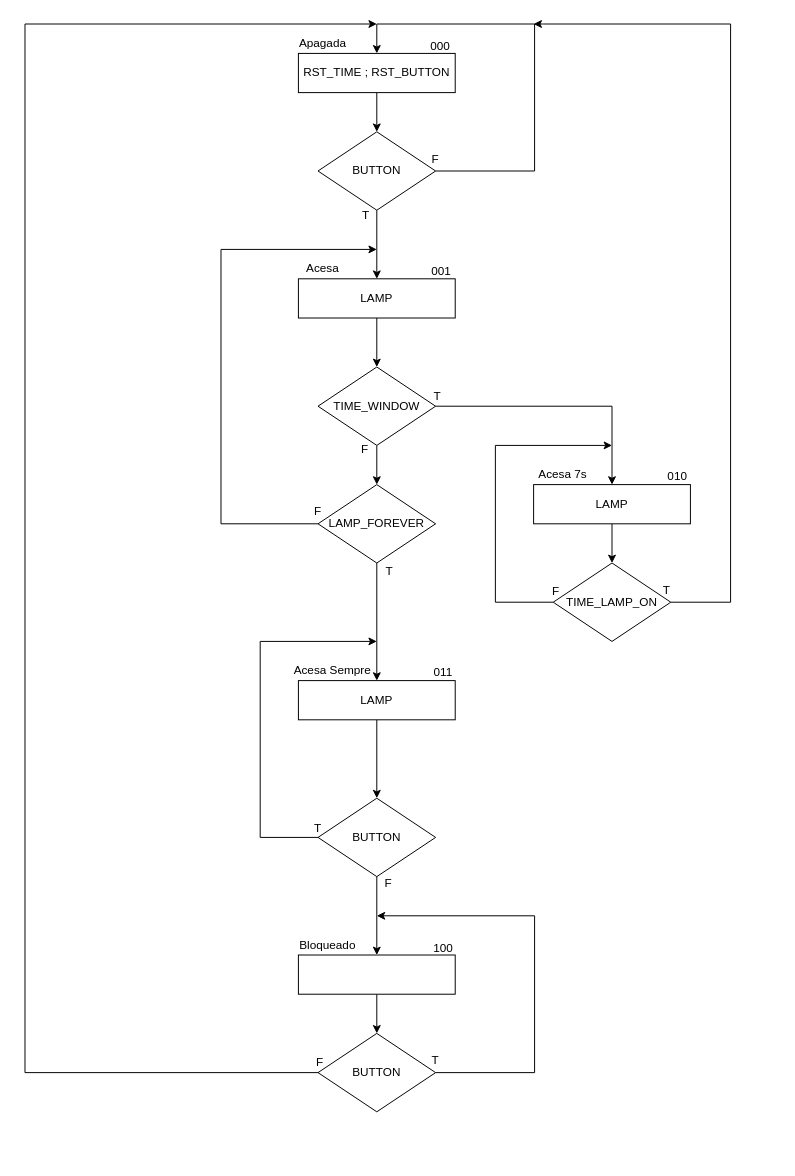
The draw.io diagram trab3/LEETC_LSD_Trabalho_3_2023_24-ASM.drawio in rodrigoroussado/lsd, before the edit. Source tidied: cells renumbered, new cells numbered last; positions are measured from the earlier drawing's top-left corner, leaving out a move shared by most shapes. Both pictures are drawn from the tidied source at 98%, with x=0, y=0 at pixel (24, 24).
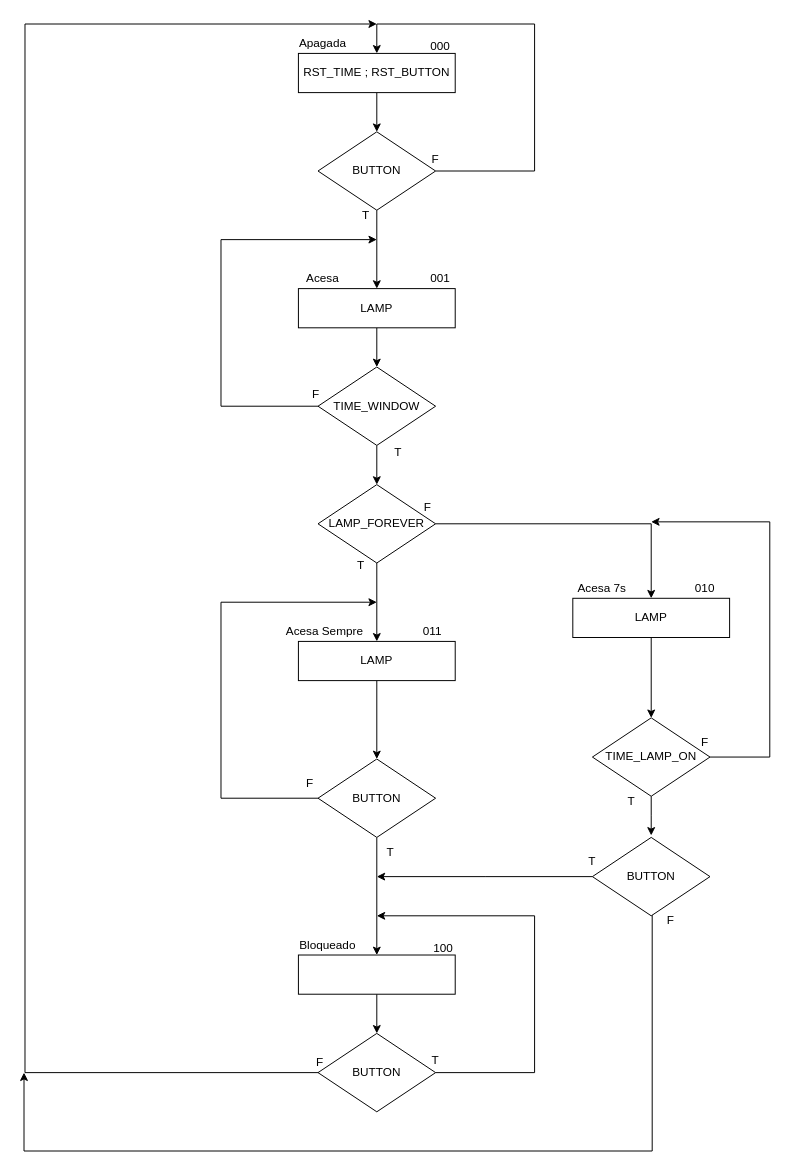
The same diagram, later.

The change refers to these unchanged cells:
```xml
<mxCell id="11" value="TIME_WINDOW" style="rhombus;whiteSpace=wrap;html=1;" parent="1" vertex="1">
  <mxGeometry x="299" y="350" width="120" height="80" as="geometry" />
</mxCell>
<mxCell id="14" value="LAMP_FOREVER" style="rhombus;whiteSpace=wrap;html=1;" parent="1" vertex="1">
  <mxGeometry x="299" y="470" width="120" height="80" as="geometry" />
</mxCell>
```

The edit, as a diff of the source:
```diff
@@
     <mxCell id="8" value="LAMP" style="rounded=0;whiteSpace=wrap;html=1;" parent="1" vertex="1">
-      <mxGeometry x="279" y="260" width="160" height="40" as="geometry" />
+      <mxGeometry x="279" y="270" width="160" height="40" as="geometry" />
     </mxCell>
-    <mxCell id="9" style="edgeStyle=orthogonalEdgeStyle;rounded=0;jettySize=auto;html=1;exitX=1;exitY=0.5;exitDx=0;exitDy=0;entryX=0.5;entryY=0;entryDx=0;entryDy=0;" parent="1" edge="1" source="11" target="21">
-      <mxGeometry relative="1" as="geometry" />
-    </mxCell>
+    <mxCell id="52" style="edgeStyle=orthogonalEdgeStyle;rounded=0;jettySize=auto;html=1;exitX=0;exitY=0.5;exitDx=0;exitDy=0;" parent="1" edge="1" source="11">
+      <mxGeometry relative="1" as="geometry">
+        <mxPoint x="359" y="220" as="targetPoint" />
+        <Array as="points">
+          <mxPoint x="200" y="390" />
+        </Array>
+      </mxGeometry>
+    </mxCell>
@@
-    <mxCell id="13" style="edgeStyle=orthogonalEdgeStyle;rounded=0;jettySize=auto;html=1;" parent="1" edge="1" source="14">
-      <mxGeometry relative="1" as="geometry">
-        <mxPoint x="359" y="230" as="targetPoint" />
-        <Array as="points">
-          <mxPoint x="200" y="510" />
-        </Array>
-      </mxGeometry>
-    </mxCell>
+    <mxCell id="53" style="edgeStyle=orthogonalEdgeStyle;rounded=0;jettySize=auto;html=1;exitX=1;exitY=0.5;exitDx=0;exitDy=0;entryX=0.5;entryY=0;entryDx=0;entryDy=0;" parent="1" edge="1" source="14" target="21">
+      <mxGeometry relative="1" as="geometry" />
+    </mxCell>
@@
     <mxCell id="16" value="LAMP" style="rounded=0;whiteSpace=wrap;html=1;" parent="1" vertex="1">
-      <mxGeometry x="279" y="670" width="160" height="40" as="geometry" />
+      <mxGeometry x="279" y="630" width="160" height="40" as="geometry" />
     </mxCell>
-    <mxCell id="17" style="edgeStyle=orthogonalEdgeStyle;rounded=0;jettySize=auto;html=1;exitX=0;exitY=0.5;exitDx=0;exitDy=0;" parent="1" edge="1" source="19">
-      <mxGeometry relative="1" as="geometry">
-        <mxPoint x="359" y="630" as="targetPoint" />
-        <Array as="points">
-          <mxPoint x="240" y="830" />
-          <mxPoint x="240" y="630" />
-        </Array>
-      </mxGeometry>
-    </mxCell>
@@
+    <mxCell id="54" style="edgeStyle=orthogonalEdgeStyle;rounded=0;jettySize=auto;html=1;exitX=0;exitY=0.5;exitDx=0;exitDy=0;" parent="1" edge="1" source="19">
+      <mxGeometry relative="1" as="geometry">
+        <mxPoint x="359" y="590" as="targetPoint" />
+        <Array as="points">
+          <mxPoint x="200" y="790" />
+        </Array>
+      </mxGeometry>
+    </mxCell>
     <mxCell id="19" value="BUTTON" style="rhombus;whiteSpace=wrap;html=1;" parent="1" vertex="1">
-      <mxGeometry x="299" y="790" width="120" height="80" as="geometry" />
+      <mxGeometry x="299" y="750" width="120" height="80" as="geometry" />
     </mxCell>
-    <mxCell id="20" style="edgeStyle=orthogonalEdgeStyle;rounded=0;jettySize=auto;html=1;" parent="1" edge="1" source="21" target="24">
+    <mxCell id="20" style="edgeStyle=orthogonalEdgeStyle;rounded=0;jettySize=auto;html=1;exitX=0.5;exitY=1;exitDx=0;exitDy=0;" parent="1" edge="1" source="21" target="24">
       <mxGeometry relative="1" as="geometry" />
     </mxCell>
     <mxCell id="21" value="LAMP" style="rounded=0;whiteSpace=wrap;html=1;" parent="1" vertex="1">
-      <mxGeometry x="519" y="470" width="160" height="40" as="geometry" />
+      <mxGeometry x="559" y="586" width="160" height="40" as="geometry" />
     </mxCell>
-    <mxCell id="22" style="edgeStyle=orthogonalEdgeStyle;rounded=0;jettySize=auto;html=1;" parent="1" edge="1" source="24">
-      <mxGeometry relative="1" as="geometry">
-        <mxPoint x="599" y="430" as="targetPoint" />
-        <Array as="points">
-          <mxPoint x="480" y="590" />
-          <mxPoint x="480" y="430" />
-          <mxPoint x="599" y="430" />
-        </Array>
-      </mxGeometry>
-    </mxCell>
-    <mxCell id="23" style="edgeStyle=orthogonalEdgeStyle;rounded=0;jettySize=auto;html=1;" parent="1" edge="1" source="24">
-      <mxGeometry relative="1" as="geometry">
-        <mxPoint x="519" as="targetPoint" />
-        <Array as="points">
-          <mxPoint x="720" y="590" />
-          <mxPoint x="720" />
-          <mxPoint x="529" />
-        </Array>
-      </mxGeometry>
-    </mxCell>
+    <mxCell id="55" style="edgeStyle=orthogonalEdgeStyle;rounded=0;jettySize=auto;html=1;exitX=1;exitY=0.5;exitDx=0;exitDy=0;" parent="1" edge="1" source="24">
+      <mxGeometry relative="1" as="geometry">
+        <mxPoint x="639" y="508" as="targetPoint" />
+        <Array as="points">
+          <mxPoint x="760" y="748" />
+        </Array>
+      </mxGeometry>
+    </mxCell>
+    <mxCell id="56" style="edgeStyle=orthogonalEdgeStyle;rounded=0;jettySize=auto;html=1;exitX=0.5;exitY=1;exitDx=0;exitDy=0;" parent="1" edge="1" source="24">
+      <mxGeometry relative="1" as="geometry">
+        <mxPoint x="639" y="828" as="targetPoint" />
+      </mxGeometry>
+    </mxCell>
     <mxCell id="24" value="TIME_LAMP_ON" style="rhombus;whiteSpace=wrap;html=1;" parent="1" vertex="1">
-      <mxGeometry x="539" y="550" width="120" height="80" as="geometry" />
+      <mxGeometry x="579" y="708" width="120" height="80" as="geometry" />
     </mxCell>
@@
     <mxCell id="28" value="Acesa" style="text;html=1;strokeColor=none;fillColor=none;align=center;verticalAlign=middle;whiteSpace=wrap;rounded=0;" parent="1" vertex="1">
-      <mxGeometry x="279" y="240" width="50" height="20" as="geometry" />
+      <mxGeometry x="279" y="250" width="50" height="20" as="geometry" />
     </mxCell>
     <mxCell id="29" value="Acesa 7s" style="text;html=1;strokeColor=none;fillColor=none;align=center;verticalAlign=middle;whiteSpace=wrap;rounded=0;" parent="1" vertex="1">
-      <mxGeometry x="519" y="450" width="60" height="20" as="geometry" />
+      <mxGeometry x="559" y="566" width="60" height="20" as="geometry" />
     </mxCell>
     <mxCell id="30" value="Acesa Sempre" style="text;html=1;strokeColor=none;fillColor=none;align=center;verticalAlign=middle;whiteSpace=wrap;rounded=0;" parent="1" vertex="1">
-      <mxGeometry x="269" y="650" width="90" height="20" as="geometry" />
+      <mxGeometry x="261" y="610" width="90" height="20" as="geometry" />
     </mxCell>
@@
     <mxCell id="32" value="001" style="text;html=1;strokeColor=none;fillColor=none;align=center;verticalAlign=middle;whiteSpace=wrap;rounded=0;" parent="1" vertex="1">
-      <mxGeometry x="400" y="243" width="50" height="20" as="geometry" />
+      <mxGeometry x="399" y="250" width="50" height="20" as="geometry" />
     </mxCell>
@@
     <mxCell id="37" value="010" style="text;html=1;strokeColor=none;fillColor=none;align=center;verticalAlign=middle;whiteSpace=wrap;rounded=0;" parent="1" vertex="1">
-      <mxGeometry x="641" y="452" width="50" height="20" as="geometry" />
+      <mxGeometry x="669" y="566" width="50" height="20" as="geometry" />
     </mxCell>
     <mxCell id="38" value="011" style="text;html=1;strokeColor=none;fillColor=none;align=center;verticalAlign=middle;whiteSpace=wrap;rounded=0;" parent="1" vertex="1">
-      <mxGeometry x="402" y="652" width="50" height="20" as="geometry" />
+      <mxGeometry x="391" y="610" width="50" height="20" as="geometry" />
     </mxCell>
@@
     <mxCell id="41" value="T" style="text;html=1;strokeColor=none;fillColor=none;align=center;verticalAlign=middle;whiteSpace=wrap;rounded=0;" parent="1" vertex="1">
-      <mxGeometry x="391" y="365" width="60" height="30" as="geometry" />
+      <mxGeometry x="351" y="422" width="60" height="30" as="geometry" />
     </mxCell>
     <mxCell id="42" value="T" style="text;html=1;strokeColor=none;fillColor=none;align=center;verticalAlign=middle;whiteSpace=wrap;rounded=0;" parent="1" vertex="1">
-      <mxGeometry x="625" y="563" width="60" height="30" as="geometry" />
+      <mxGeometry x="589" y="778" width="60" height="30" as="geometry" />
     </mxCell>
     <mxCell id="43" value="T" style="text;html=1;strokeColor=none;fillColor=none;align=center;verticalAlign=middle;whiteSpace=wrap;rounded=0;" parent="1" vertex="1">
-      <mxGeometry x="342" y="544" width="60" height="30" as="geometry" />
+      <mxGeometry x="313" y="538" width="60" height="30" as="geometry" />
     </mxCell>
     <mxCell id="44" value="T" style="text;html=1;strokeColor=none;fillColor=none;align=center;verticalAlign=middle;whiteSpace=wrap;rounded=0;" parent="1" vertex="1">
-      <mxGeometry x="269" y="806" width="60" height="30" as="geometry" />
+      <mxGeometry x="343" y="830" width="60" height="30" as="geometry" />
     </mxCell>
@@
     <mxCell id="47" value="F" style="text;html=1;strokeColor=none;fillColor=none;align=center;verticalAlign=middle;whiteSpace=wrap;rounded=0;" parent="1" vertex="1">
-      <mxGeometry x="317" y="419" width="60" height="30" as="geometry" />
+      <mxGeometry x="267" y="363" width="60" height="30" as="geometry" />
     </mxCell>
     <mxCell id="48" value="F" style="text;html=1;strokeColor=none;fillColor=none;align=center;verticalAlign=middle;whiteSpace=wrap;rounded=0;" parent="1" vertex="1">
-      <mxGeometry x="269" y="483" width="60" height="30" as="geometry" />
+      <mxGeometry x="381" y="478" width="60" height="30" as="geometry" />
     </mxCell>
     <mxCell id="49" value="F" style="text;html=1;strokeColor=none;fillColor=none;align=center;verticalAlign=middle;whiteSpace=wrap;rounded=0;" parent="1" vertex="1">
-      <mxGeometry x="512" y="564" width="60" height="30" as="geometry" />
+      <mxGeometry x="664" y="718" width="60" height="30" as="geometry" />
     </mxCell>
     <mxCell id="50" value="F" style="text;html=1;strokeColor=none;fillColor=none;align=center;verticalAlign=middle;whiteSpace=wrap;rounded=0;" parent="1" vertex="1">
-      <mxGeometry x="341" y="862" width="60" height="30" as="geometry" />
+      <mxGeometry x="261" y="760" width="60" height="30" as="geometry" />
     </mxCell>
@@
+    <mxCell id="57" style="edgeStyle=orthogonalEdgeStyle;rounded=0;jettySize=auto;html=1;" parent="1" edge="1" source="59">
+      <mxGeometry relative="1" as="geometry">
+        <mxPoint x="-1" y="1070" as="targetPoint" />
+        <Array as="points">
+          <mxPoint x="640" y="1150" />
+          <mxPoint x="-1" y="1150" />
+        </Array>
+      </mxGeometry>
+    </mxCell>
+    <mxCell id="58" style="edgeStyle=orthogonalEdgeStyle;rounded=0;jettySize=auto;html=1;exitX=0;exitY=0.5;exitDx=0;exitDy=0;" parent="1" edge="1" source="59">
+      <mxGeometry relative="1" as="geometry">
+        <mxPoint x="359" y="870" as="targetPoint" />
+      </mxGeometry>
+    </mxCell>
+    <mxCell id="59" value="BUTTON" style="rhombus;whiteSpace=wrap;html=1;" parent="1" vertex="1">
+      <mxGeometry x="579" y="830" width="120" height="80" as="geometry" />
+    </mxCell>
+    <mxCell id="60" value="F" style="text;html=1;strokeColor=none;fillColor=none;align=center;verticalAlign=middle;whiteSpace=wrap;rounded=0;" parent="1" vertex="1">
+      <mxGeometry x="629" y="900" width="60" height="30" as="geometry" />
+    </mxCell>
+    <mxCell id="61" value="T" style="text;html=1;strokeColor=none;fillColor=none;align=center;verticalAlign=middle;whiteSpace=wrap;rounded=0;" parent="1" vertex="1">
+      <mxGeometry x="549" y="840" width="60" height="30" as="geometry" />
+    </mxCell>
```
